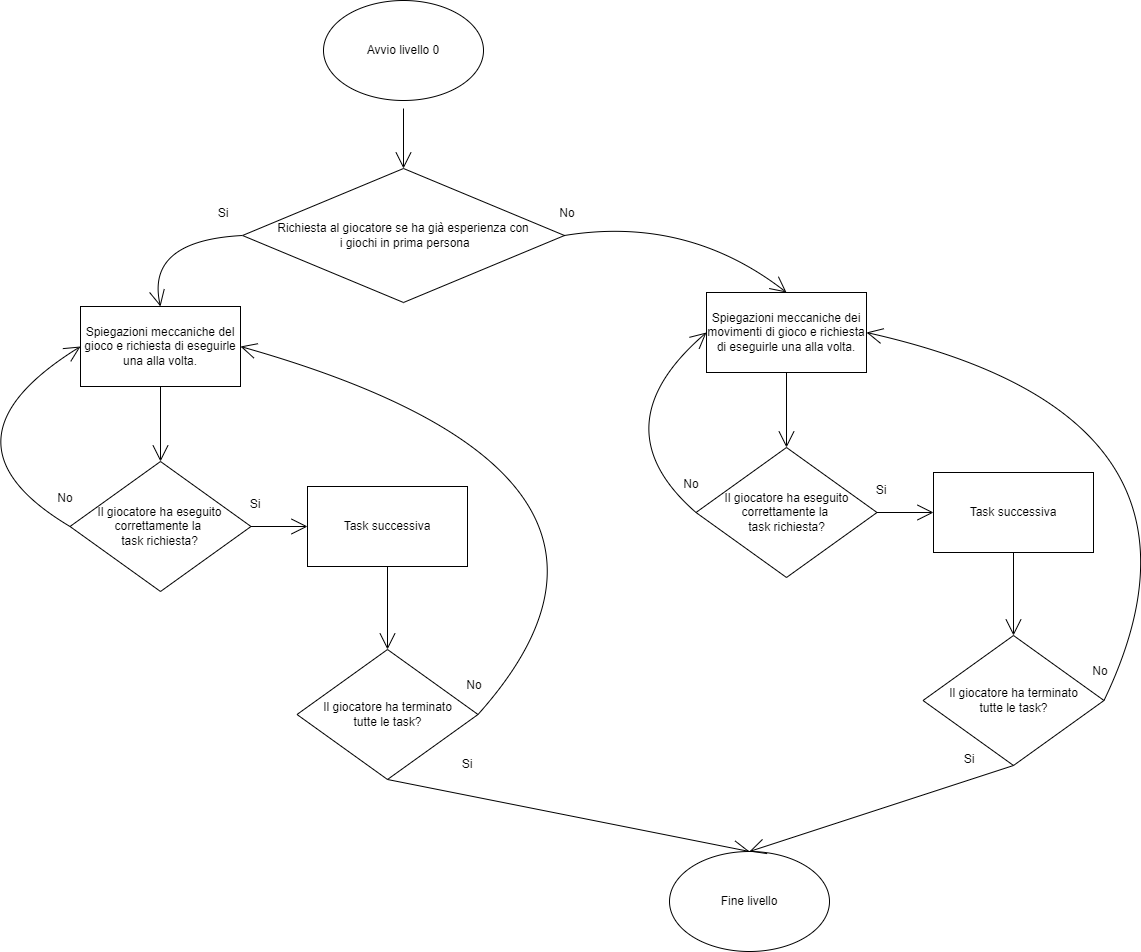
The draw.io diagram doc/img/Livello0Flowchart.drawio.png in zSavT/Healthy-Catering, before a commit. Source tidied: cells renumbered, new cells last; positions are measured from the earlier drawing's top-left corner, leaving out a move shared by most shapes.
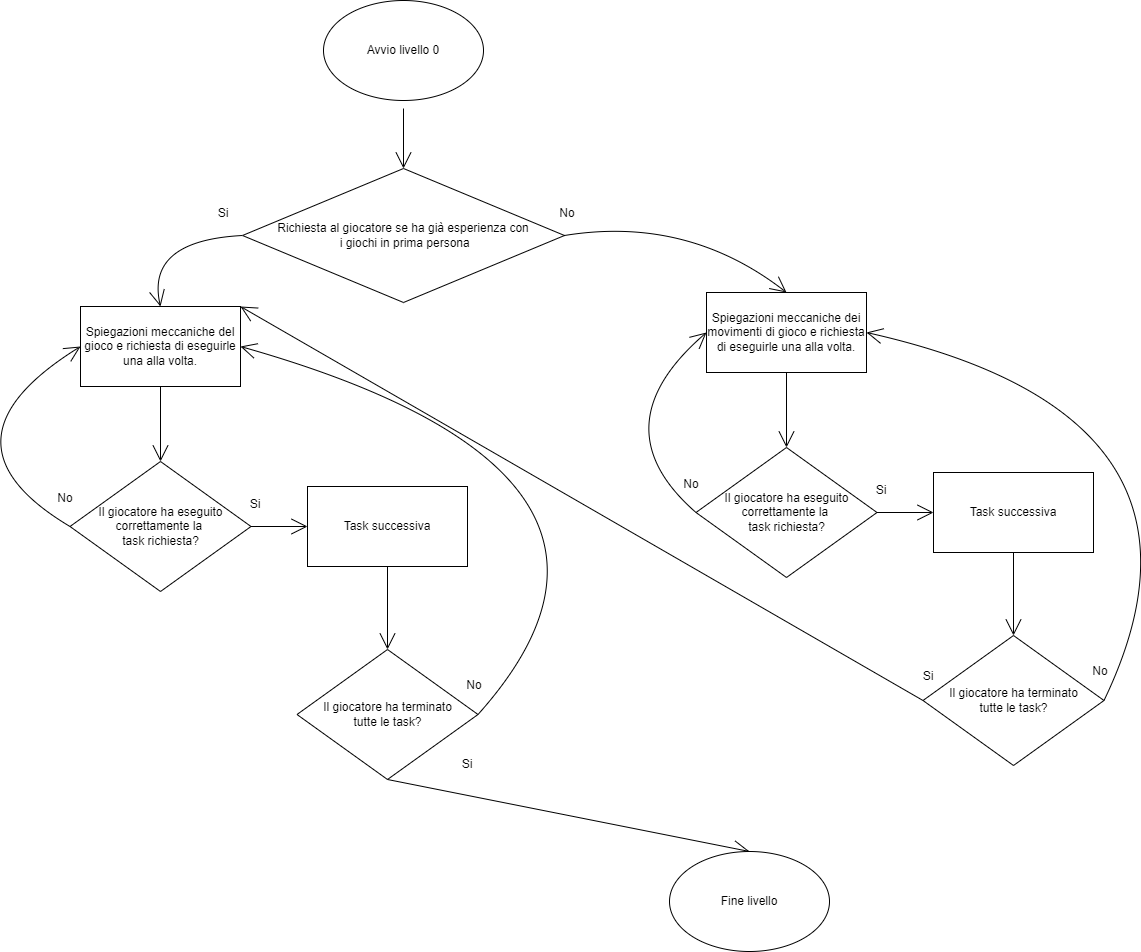
After the change.

Commit message:
Aggiunti nuovi flowchart ed modificati alcuni già presenti

The edit, as a diff of the source:
```diff
@@ -129,9 +129,9 @@
       <mxGeometry x="510" y="749" width="60" height="30" as="geometry" />
     </mxCell>
     <mxCell id="36" value="Si" style="text;strokeColor=none;fillColor=none;html=1;align=center;verticalAlign=middle;whiteSpace=wrap;rounded=0;hachureGap=4;fontSize=12;" parent="1" vertex="1">
-      <mxGeometry x="1012" y="744" width="60" height="30" as="geometry" />
+      <mxGeometry x="971" y="661" width="60" height="30" as="geometry" />
     </mxCell>
-    <mxCell id="37" style="edgeStyle=none;jettySize=auto;html=1;rounded=0;fontSize=12;endArrow=open;startSize=14;endSize=14;sourcePerimeterSpacing=8;targetPerimeterSpacing=8;curved=1;exitX=0.5;exitY=1;exitDx=0;exitDy=0;entryX=0.5;entryY=0;entryDx=0;entryDy=0;" parent="1" edge="1" source="30" target="22">
+    <mxCell id="37" style="edgeStyle=none;jettySize=auto;html=1;rounded=0;fontSize=12;endArrow=open;startSize=14;endSize=14;sourcePerimeterSpacing=8;targetPerimeterSpacing=8;curved=1;exitX=0;exitY=0.5;exitDx=0;exitDy=0;entryX=1;entryY=0;entryDx=0;entryDy=0;" parent="1" edge="1" source="30" target="5">
       <mxGeometry relative="1" as="geometry" />
     </mxCell>
   </root>
```
